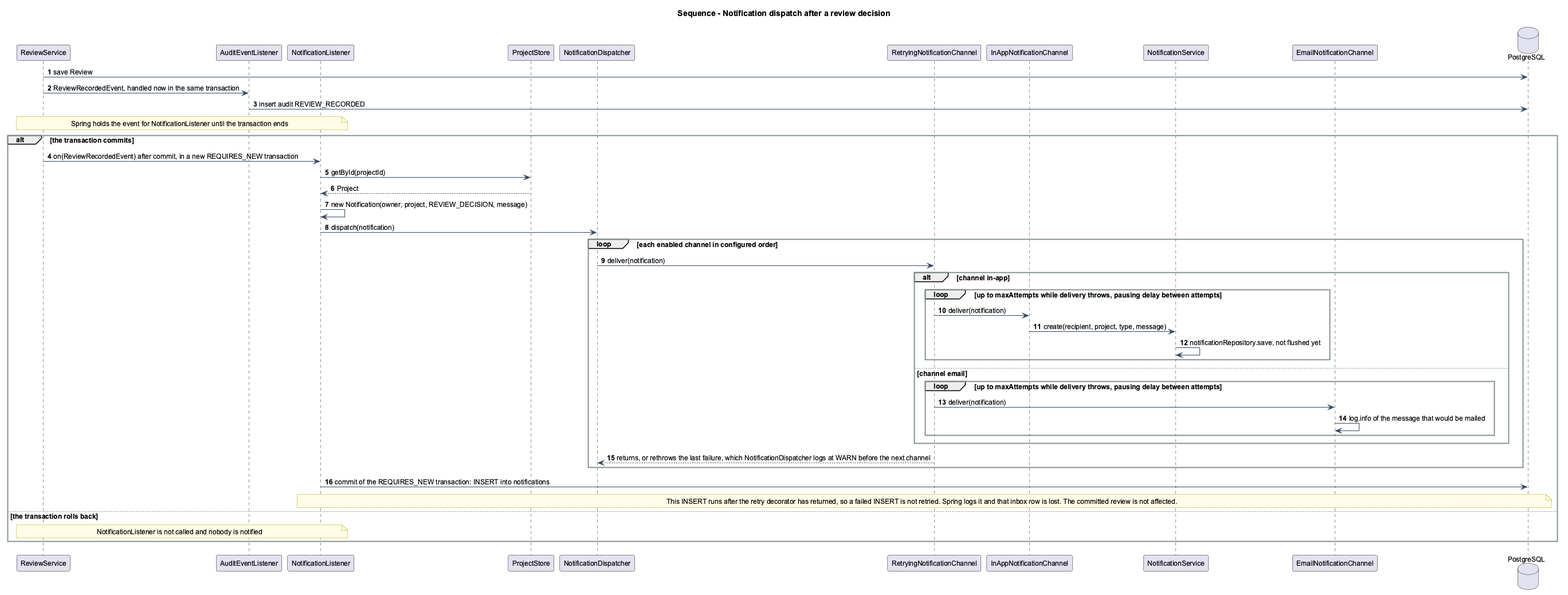
udita-0707/Prastaav keeps this PlantUML diagram as docs/uml/png/09_seq_notification_dispatch.png. Above is the earlier version.
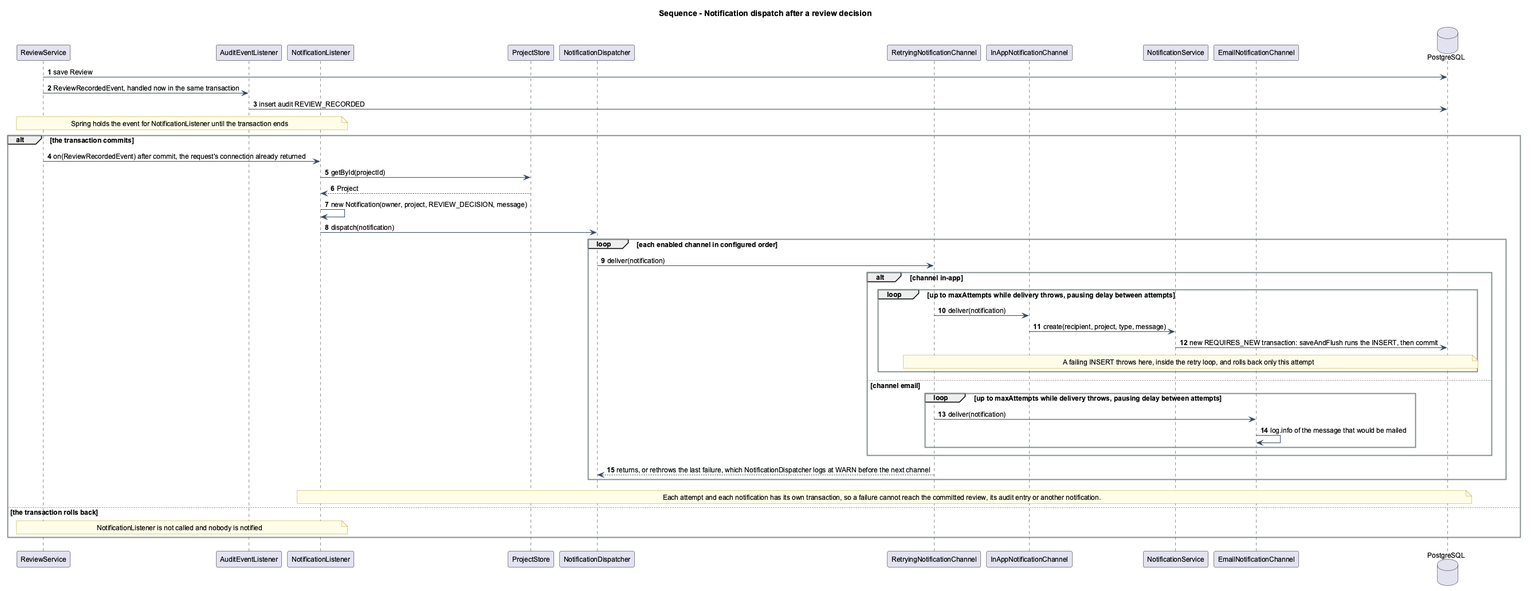
Above is the later version.

Change to the diagram source:
```diff
@@ -19,7 +19,7 @@
 AEL -> DB : insert audit REVIEW_RECORDED
 note over RS, NL : Spring holds the event for NotificationListener until the transaction ends
 alt the transaction commits
-RS -> NL : on(ReviewRecordedEvent) after commit, in a new REQUIRES_NEW transaction
+RS -> NL : on(ReviewRecordedEvent) after commit, the request's connection already returned
 NL -> ST : getById(projectId)
 ST --> NL : Project
 NL -> NL : new Notification(owner, project, REVIEW_DECISION, message)
@@ -30,7 +30,8 @@
 loop up to maxAttempts while delivery throws, pausing delay between attempts
 RNC -> IA : deliver(notification)
 IA -> NS : create(recipient, project, type, message)
-NS -> NS : notificationRepository.save, not flushed yet
+NS -> DB : new REQUIRES_NEW transaction: saveAndFlush runs the INSERT, then commit
+note over RNC, DB : A failing INSERT throws here, inside the retry loop, and rolls back only this attempt
 end
 else channel email
 loop up to maxAttempts while delivery throws, pausing delay between attempts
@@ -40,8 +41,7 @@
 end
 RNC --> ND : returns, or rethrows the last failure, which NotificationDispatcher logs at WARN before the next channel
 end
-NL -> DB : commit of the REQUIRES_NEW transaction: INSERT into notifications
-note over NL, DB : This INSERT runs after the retry decorator has returned, so a failed INSERT is not retried. Spring logs it and that inbox row is lost. The committed review is not affected.
+note over NL, DB : Each attempt and each notification has its own transaction, so a failure cannot reach the committed review, its audit entry or another notification.
 else the transaction rolls back
 note over RS, NL : NotificationListener is not called and nobody is notified
 end
```
